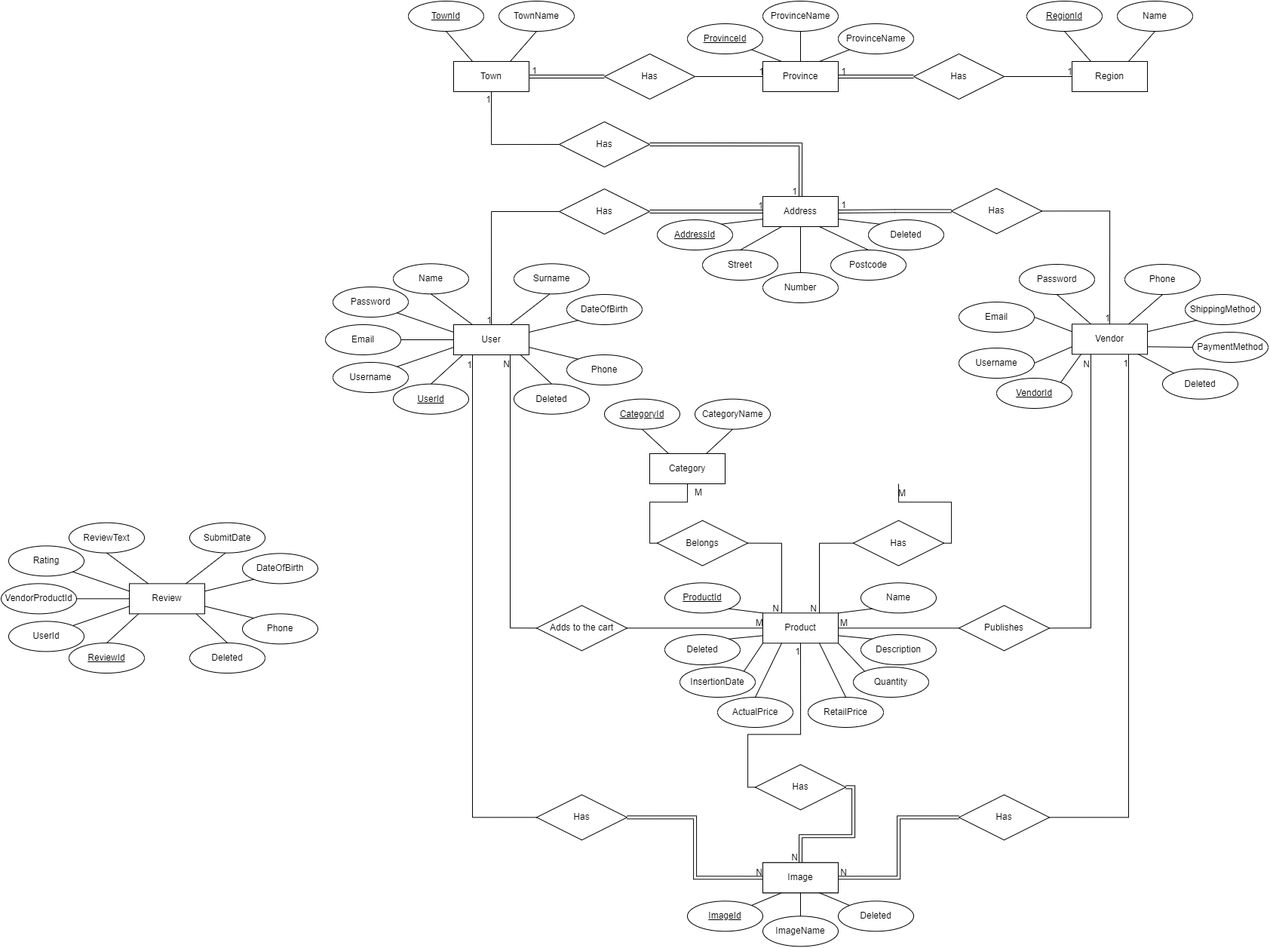
The draw.io diagram ER-Delicake.png in Sabtommy/Delicake, before a commit. Source tidied: cells renumbered, new cells last; positions are measured from the earlier drawing's top-left corner, leaving out a move shared by most shapes.
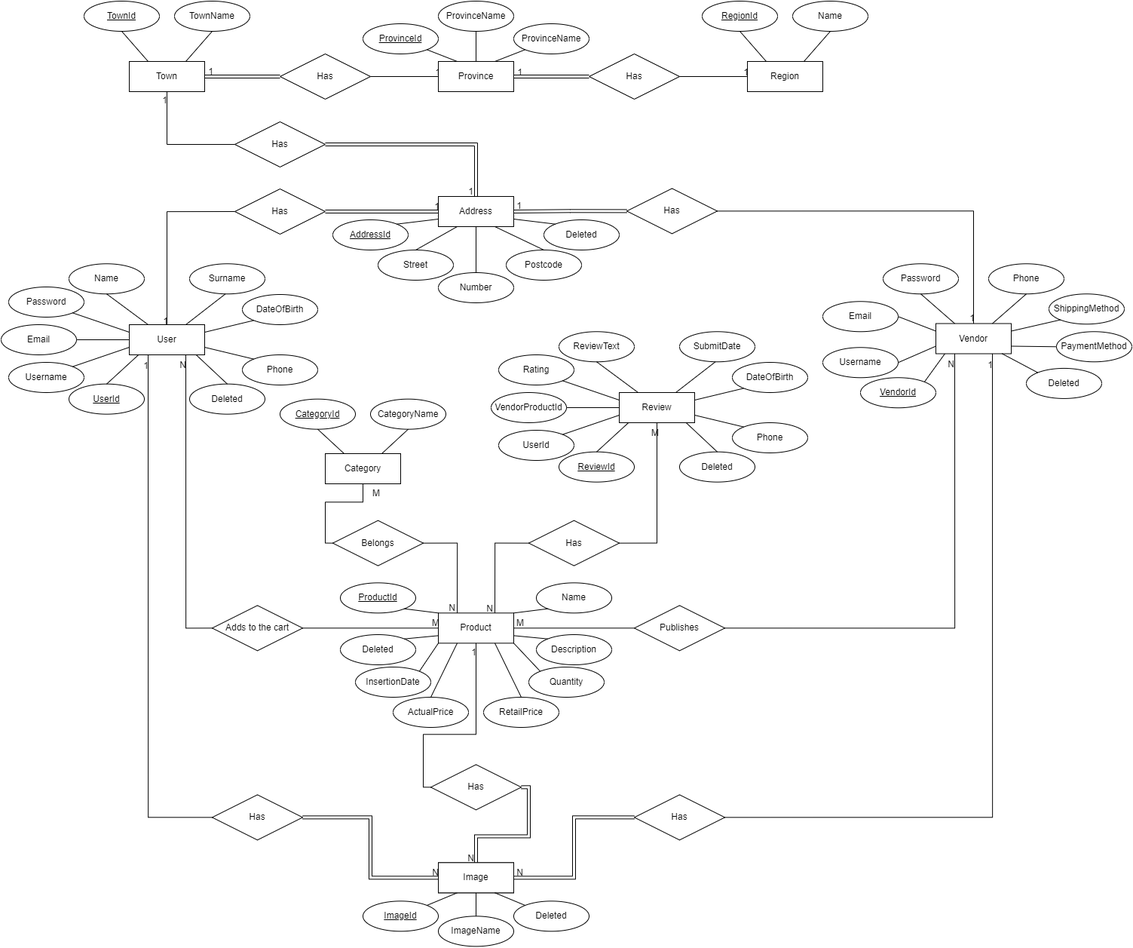
The same file after the commit.

Change to the diagram source:
```diff
@@ -48,7 +48,7 @@
       <mxGeometry relative="1" as="geometry" />
     </mxCell>
     <mxCell id="17" value="Vendor" style="whiteSpace=wrap;html=1;align=center;" parent="1" vertex="1">
-      <mxGeometry x="1420" y="428.3" width="100" height="40" as="geometry" />
+      <mxGeometry x="1670" y="427.5" width="100" height="40" as="geometry" />
     </mxCell>
     <mxCell id="18" value="Product" style="whiteSpace=wrap;html=1;align=center;" parent="1" vertex="1">
       <mxGeometry x="1010" y="811.3" width="100" height="40" as="geometry" />
@@ -268,16 +268,16 @@
       <mxGeometry relative="1" as="geometry" />
     </mxCell>
     <mxCell id="79" value="VendorId" style="ellipse;whiteSpace=wrap;html=1;align=center;fontStyle=4;" parent="1" vertex="1">
-      <mxGeometry x="1320" y="500" width="100" height="40" as="geometry" />
+      <mxGeometry x="1570" y="499.3" width="100" height="40" as="geometry" />
     </mxCell>
     <mxCell id="80" value="Password" style="ellipse;whiteSpace=wrap;html=1;align=center;" parent="1" vertex="1">
-      <mxGeometry x="1350" y="349" width="100" height="40" as="geometry" />
+      <mxGeometry x="1600" y="348.3" width="100" height="40" as="geometry" />
     </mxCell>
     <mxCell id="81" value="Username" style="ellipse;whiteSpace=wrap;html=1;align=center;" parent="1" vertex="1">
-      <mxGeometry x="1270" y="460" width="100" height="40" as="geometry" />
+      <mxGeometry x="1520" y="459.3" width="100" height="40" as="geometry" />
     </mxCell>
     <mxCell id="82" value="Email" style="ellipse;whiteSpace=wrap;html=1;align=center;" parent="1" vertex="1">
-      <mxGeometry x="1270" y="399" width="100" height="40" as="geometry" />
+      <mxGeometry x="1520" y="398.3" width="100" height="40" as="geometry" />
     </mxCell>
     <mxCell id="83" style="endArrow=none;html=1;rounded=0;exitX=1;exitY=0;exitDx=0;exitDy=0;entryX=0.119;entryY=1.001;entryDx=0;entryDy=0;entryPerimeter=0;" parent="1" edge="1" source="79" target="17">
       <mxGeometry relative="1" as="geometry" />
@@ -292,7 +292,7 @@
       <mxGeometry relative="1" as="geometry" />
     </mxCell>
     <mxCell id="87" value="Phone" style="ellipse;whiteSpace=wrap;html=1;align=center;" parent="1" vertex="1">
-      <mxGeometry x="1490" y="349" width="100" height="40" as="geometry" />
+      <mxGeometry x="1740" y="348.3" width="100" height="40" as="geometry" />
     </mxCell>
     <mxCell id="88" style="endArrow=none;html=1;rounded=0;exitX=0.75;exitY=0;exitDx=0;exitDy=0;entryX=0.5;entryY=1;entryDx=0;entryDy=0;" parent="1" edge="1" source="17" target="87">
       <mxGeometry relative="1" as="geometry" />
@@ -384,7 +384,7 @@
       <mxGeometry relative="1" as="geometry" />
     </mxCell>
     <mxCell id="115" value="ShippingMethod" style="ellipse;whiteSpace=wrap;html=1;align=center;" parent="1" vertex="1">
-      <mxGeometry x="1570" y="389" width="100" height="40" as="geometry" />
+      <mxGeometry x="1820" y="388.3" width="100" height="40" as="geometry" />
     </mxCell>
     <mxCell id="116" style="endArrow=none;html=1;rounded=0;entryX=0;entryY=1;entryDx=0;entryDy=0;exitX=1;exitY=0.25;exitDx=0;exitDy=0;" parent="1" edge="1" source="17" target="115">
       <mxGeometry relative="1" as="geometry" />
@@ -482,14 +482,12 @@
         <mxPoint x="-4" y="1" as="offset" />
       </mxGeometry>
     </mxCell>
-    <mxCell id="146" style="endArrow=none;html=1;rounded=0;exitX=0.5;exitY=1;exitDx=0;exitDy=0;entryX=1;entryY=0.5;entryDx=0;entryDy=0;edgeStyle=orthogonalEdgeStyle;" parent="1" edge="1" target="143">
-      <mxGeometry relative="1" as="geometry">
-        <mxPoint x="1190" y="640" as="sourcePoint" />
-      </mxGeometry>
+    <mxCell id="146" style="endArrow=none;html=1;rounded=0;exitX=0.5;exitY=1;exitDx=0;exitDy=0;entryX=1;entryY=0.5;entryDx=0;entryDy=0;edgeStyle=orthogonalEdgeStyle;" parent="1" edge="1" source="152" target="143">
+      <mxGeometry relative="1" as="geometry" />
     </mxCell>
     <mxCell id="147" value="M" style="html=1;align=right;verticalAlign=bottom;" parent="146" vertex="1">
       <mxGeometry x="1" relative="1" as="geometry">
-        <mxPoint x="-50" y="-59" as="offset" />
+        <mxPoint x="50" y="-140" as="offset" />
       </mxGeometry>
     </mxCell>
     <mxCell id="148" value="RetailPrice" style="ellipse;whiteSpace=wrap;html=1;align=center;" parent="1" vertex="1">
@@ -505,28 +503,28 @@
       <mxGeometry relative="1" as="geometry" />
     </mxCell>
     <mxCell id="152" value="Review" style="whiteSpace=wrap;html=1;align=center;" parent="1" vertex="1">
-      <mxGeometry x="170" y="772.4" width="100" height="40" as="geometry" />
+      <mxGeometry x="1250" y="519" width="100" height="40" as="geometry" />
     </mxCell>
     <mxCell id="153" value="ReviewId" style="ellipse;whiteSpace=wrap;html=1;align=center;fontStyle=4;" parent="1" vertex="1">
-      <mxGeometry x="90" y="851" width="100" height="40" as="geometry" />
+      <mxGeometry x="1170" y="597.7" width="100" height="40" as="geometry" />
     </mxCell>
     <mxCell id="154" value="Rating" style="ellipse;whiteSpace=wrap;html=1;align=center;" parent="1" vertex="1">
-      <mxGeometry x="10" y="722.4" width="100" height="40" as="geometry" />
+      <mxGeometry x="1090" y="469" width="100" height="40" as="geometry" />
     </mxCell>
     <mxCell id="155" value="DateOfBirth" style="ellipse;whiteSpace=wrap;html=1;align=center;" parent="1" vertex="1">
-      <mxGeometry x="320" y="732.4" width="100" height="40" as="geometry" />
+      <mxGeometry x="1400" y="479" width="100" height="40" as="geometry" />
     </mxCell>
     <mxCell id="156" value="ReviewText" style="ellipse;whiteSpace=wrap;html=1;align=center;" parent="1" vertex="1">
-      <mxGeometry x="90" y="691.6" width="100" height="40" as="geometry" />
+      <mxGeometry x="1170" y="438.3" width="100" height="40" as="geometry" />
     </mxCell>
     <mxCell id="157" value="Phone" style="ellipse;whiteSpace=wrap;html=1;align=center;" parent="1" vertex="1">
-      <mxGeometry x="320" y="812.4" width="100" height="40" as="geometry" />
+      <mxGeometry x="1400" y="559" width="100" height="40" as="geometry" />
     </mxCell>
     <mxCell id="158" value="UserId" style="ellipse;whiteSpace=wrap;html=1;align=center;" parent="1" vertex="1">
-      <mxGeometry x="10" y="822.4" width="100" height="40" as="geometry" />
+      <mxGeometry x="1090" y="569" width="100" height="40" as="geometry" />
     </mxCell>
     <mxCell id="159" value="VendorProductId" style="ellipse;whiteSpace=wrap;html=1;align=center;" parent="1" vertex="1">
-      <mxGeometry y="772.4" width="100" height="40" as="geometry" />
+      <mxGeometry x="1080" y="519" width="100" height="40" as="geometry" />
     </mxCell>
     <mxCell id="160" style="endArrow=none;html=1;rounded=0;exitX=0.5;exitY=0;exitDx=0;exitDy=0;entryX=0.122;entryY=1.001;entryDx=0;entryDy=0;entryPerimeter=0;" parent="1" edge="1" source="153" target="152">
       <mxGeometry relative="1" as="geometry" />
@@ -550,25 +548,25 @@
       <mxGeometry relative="1" as="geometry" />
     </mxCell>
     <mxCell id="167" value="Deleted" style="ellipse;whiteSpace=wrap;html=1;align=center;" parent="1" vertex="1">
-      <mxGeometry x="250" y="851" width="100" height="40" as="geometry" />
+      <mxGeometry x="1330" y="597.7" width="100" height="40" as="geometry" />
     </mxCell>
     <mxCell id="168" style="endArrow=none;html=1;rounded=0;entryX=0.5;entryY=0;entryDx=0;entryDy=0;exitX=0.889;exitY=1.005;exitDx=0;exitDy=0;exitPerimeter=0;" parent="1" edge="1" source="152" target="167">
       <mxGeometry relative="1" as="geometry" />
     </mxCell>
     <mxCell id="169" value="SubmitDate" style="ellipse;whiteSpace=wrap;html=1;align=center;" parent="1" vertex="1">
-      <mxGeometry x="250" y="691.6" width="100" height="40" as="geometry" />
+      <mxGeometry x="1330" y="438.3" width="100" height="40" as="geometry" />
     </mxCell>
     <mxCell id="170" style="endArrow=none;html=1;rounded=0;exitX=0.75;exitY=0;exitDx=0;exitDy=0;entryX=0.473;entryY=1.004;entryDx=0;entryDy=0;entryPerimeter=0;" parent="1" edge="1" source="152" target="169">
       <mxGeometry relative="1" as="geometry" />
     </mxCell>
     <mxCell id="171" value="PaymentMethod" style="ellipse;whiteSpace=wrap;html=1;align=center;" parent="1" vertex="1">
-      <mxGeometry x="1580" y="439" width="100" height="40" as="geometry" />
+      <mxGeometry x="1830" y="438.3" width="100" height="40" as="geometry" />
     </mxCell>
     <mxCell id="172" style="endArrow=none;html=1;rounded=0;entryX=0;entryY=0.5;entryDx=0;entryDy=0;exitX=1;exitY=0.75;exitDx=0;exitDy=0;" parent="1" edge="1" source="17" target="171">
       <mxGeometry relative="1" as="geometry" />
     </mxCell>
     <mxCell id="173" value="Deleted" style="ellipse;whiteSpace=wrap;html=1;align=center;" parent="1" vertex="1">
-      <mxGeometry x="1540" y="487.7" width="100" height="40" as="geometry" />
+      <mxGeometry x="1790" y="486.9" width="100" height="40" as="geometry" />
     </mxCell>
     <mxCell id="174" style="endArrow=none;html=1;rounded=0;entryX=0;entryY=0;entryDx=0;entryDy=0;exitX=0.878;exitY=0.998;exitDx=0;exitDy=0;exitPerimeter=0;" parent="1" edge="1" source="17" target="173">
       <mxGeometry relative="1" as="geometry" />
```
